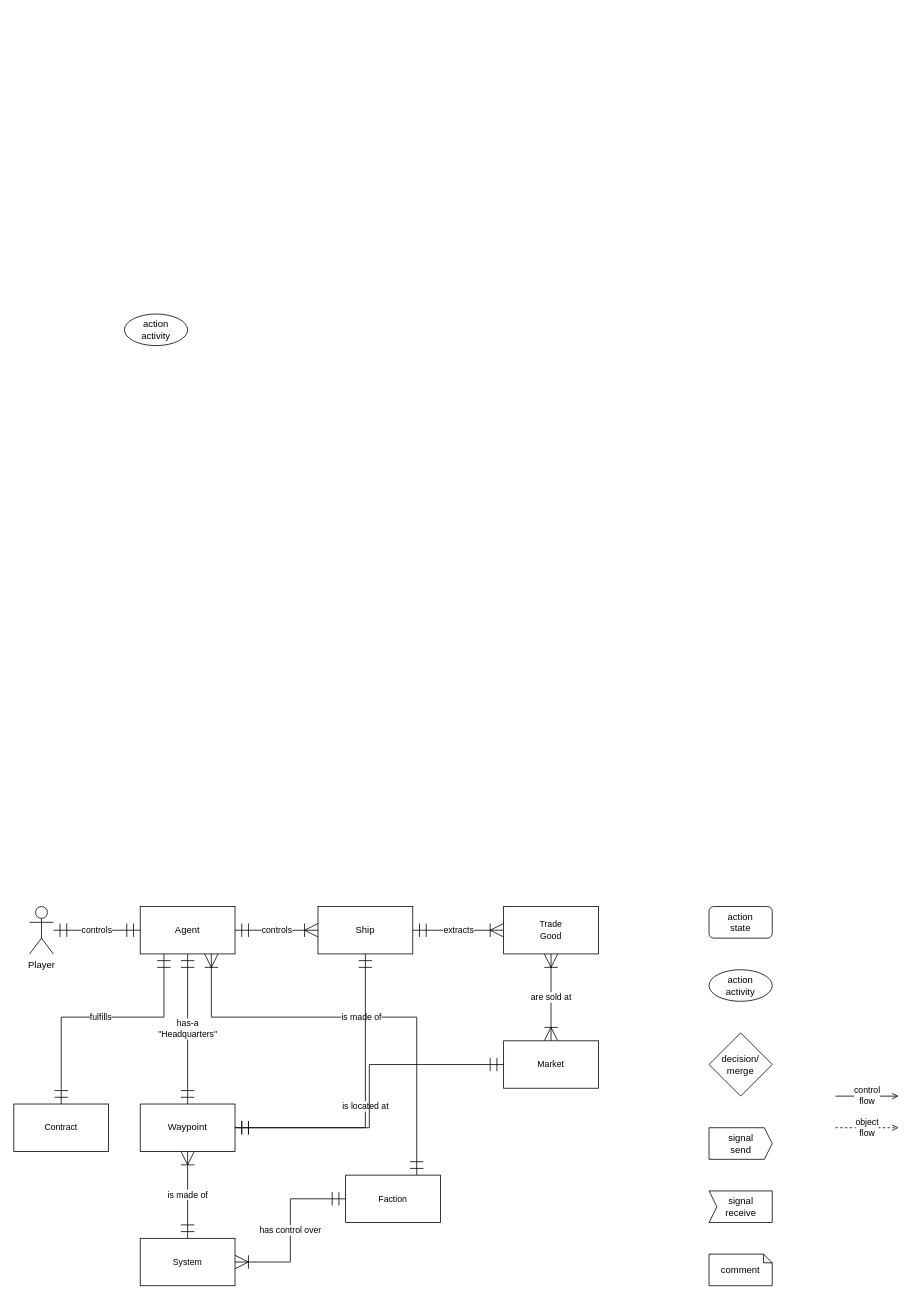
zgrow/misc_bucket keeps this draw.io diagram as spacetraders-action-flow.drawio. Above is the earlier version. Source tidied: cells renumbered, new cells numbered last; positions are measured from the earlier drawing's top-left corner, leaving out a move shared by most shapes. Both pictures are drawn from the tidied source at 79%, with x=0, y=0 at pixel (13, 314).
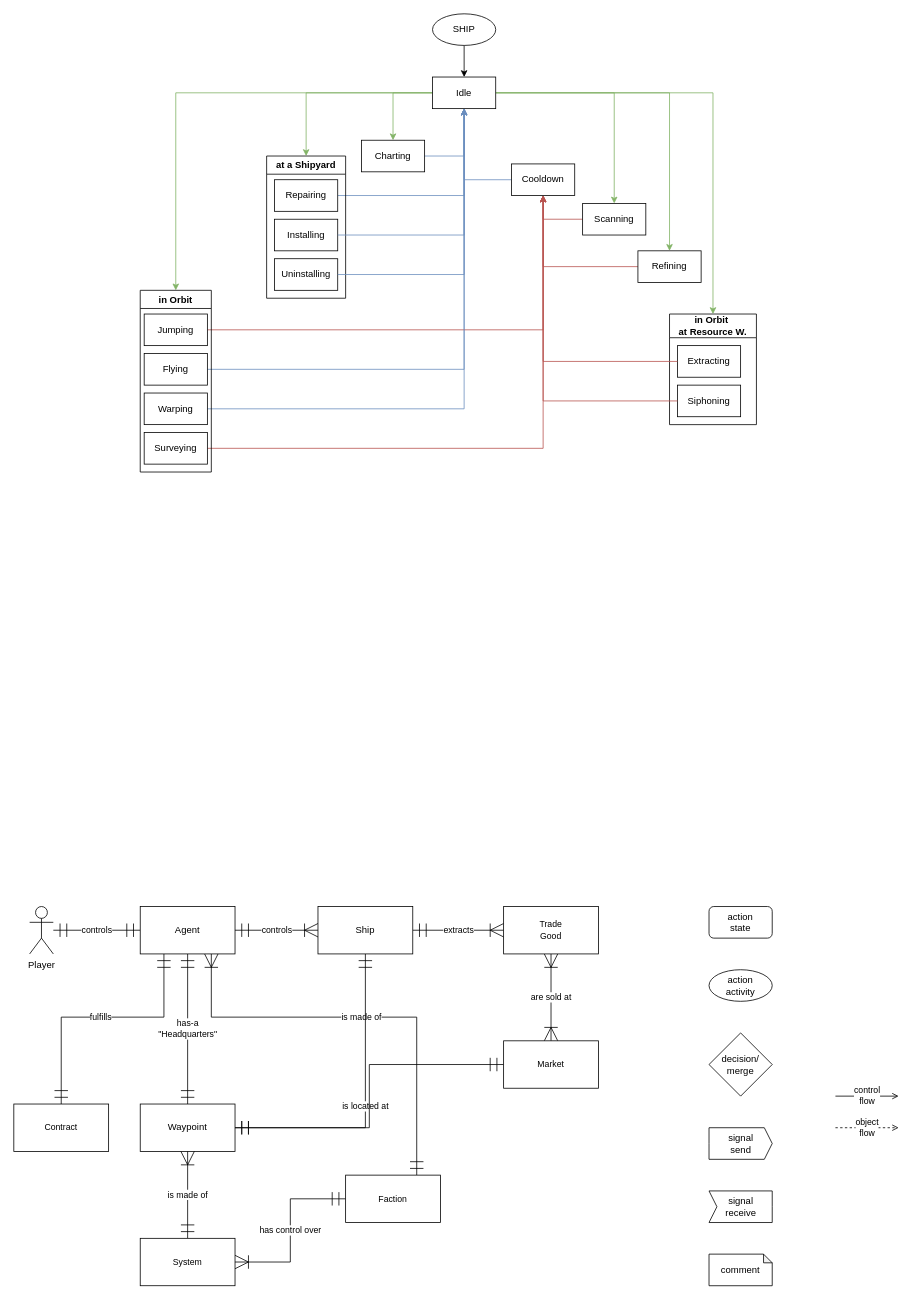
After the change.

Commit message:
added Ship action flow

What changed in the source:
```diff
@@
-    <mxCell id="30" value="&lt;div&gt;action&lt;/div&gt;&lt;div&gt;activity&lt;br&gt;&lt;/div&gt;" style="ellipse;whiteSpace=wrap;html=1;" parent="1" vertex="1">
-      <mxGeometry x="140" width="80" height="40" as="geometry" />
-    </mxCell>
+    <mxCell id="31" style="edgeStyle=orthogonalEdgeStyle;rounded=0;jettySize=auto;html=1;entryX=0.5;entryY=0;entryDx=0;entryDy=0;" parent="1" edge="1" source="32" target="39">
+      <mxGeometry relative="1" as="geometry" />
+    </mxCell>
+    <mxCell id="32" value="SHIP" style="ellipse;whiteSpace=wrap;html=1;" parent="1" vertex="1">
+      <mxGeometry x="530" y="-380" width="80" height="40" as="geometry" />
+    </mxCell>
+    <mxCell id="33" style="edgeStyle=orthogonalEdgeStyle;rounded=0;jettySize=auto;html=1;fillColor=#d5e8d4;strokeColor=#82b366;" parent="1" edge="1" source="39" target="49">
+      <mxGeometry relative="1" as="geometry" />
+    </mxCell>
+    <mxCell id="34" style="edgeStyle=orthogonalEdgeStyle;rounded=0;jettySize=auto;html=1;fillColor=#d5e8d4;strokeColor=#82b366;" parent="1" edge="1" source="39" target="55">
+      <mxGeometry relative="1" as="geometry" />
+    </mxCell>
+    <mxCell id="35" style="edgeStyle=orthogonalEdgeStyle;rounded=0;jettySize=auto;html=1;fillColor=#d5e8d4;strokeColor=#82b366;" parent="1" edge="1" source="39" target="60">
+      <mxGeometry relative="1" as="geometry" />
+    </mxCell>
+    <mxCell id="36" style="edgeStyle=orthogonalEdgeStyle;rounded=0;jettySize=auto;html=1;fillColor=#d5e8d4;strokeColor=#82b366;" parent="1" edge="1" source="39" target="41">
+      <mxGeometry relative="1" as="geometry" />
+    </mxCell>
+    <mxCell id="37" style="edgeStyle=orthogonalEdgeStyle;rounded=0;jettySize=auto;html=1;fillColor=#d5e8d4;strokeColor=#82b366;" parent="1" edge="1" source="39" target="64">
+      <mxGeometry relative="1" as="geometry" />
+    </mxCell>
+    <mxCell id="38" style="edgeStyle=orthogonalEdgeStyle;rounded=0;jettySize=auto;html=1;fillColor=#d5e8d4;strokeColor=#82b366;" parent="1" edge="1" source="39" target="67">
+      <mxGeometry relative="1" as="geometry" />
+    </mxCell>
+    <mxCell id="39" value="Idle" style="rounded=0;whiteSpace=wrap;html=1;" parent="1" vertex="1">
+      <mxGeometry x="530" y="-300" width="80" height="40" as="geometry" />
+    </mxCell>
+    <mxCell id="40" style="edgeStyle=orthogonalEdgeStyle;rounded=0;jettySize=auto;html=1;fillColor=#dae8fc;strokeColor=#6c8ebf;" parent="1" edge="1" source="41" target="39">
+      <mxGeometry relative="1" as="geometry" />
+    </mxCell>
+    <mxCell id="41" value="Charting" style="rounded=0;whiteSpace=wrap;html=1;" parent="1" vertex="1">
+      <mxGeometry x="440" y="-220" width="80" height="40" as="geometry" />
+    </mxCell>
+    <mxCell id="42" style="edgeStyle=orthogonalEdgeStyle;rounded=0;jettySize=auto;html=1;fillColor=#dae8fc;strokeColor=#6c8ebf;" parent="1" edge="1" source="43" target="39">
+      <mxGeometry relative="1" as="geometry" />
+    </mxCell>
+    <mxCell id="43" value="&lt;div&gt;Cooldown&lt;br&gt;&lt;/div&gt;" style="rounded=0;whiteSpace=wrap;html=1;" parent="1" vertex="1">
+      <mxGeometry x="630" y="-190" width="80" height="40" as="geometry" />
+    </mxCell>
+    <mxCell id="44" style="edgeStyle=orthogonalEdgeStyle;rounded=0;jettySize=auto;html=1;fillColor=#dae8fc;strokeColor=#6c8ebf;" parent="1" edge="1" source="57" target="39">
+      <mxGeometry relative="1" as="geometry" />
+    </mxCell>
+    <mxCell id="45" style="edgeStyle=orthogonalEdgeStyle;rounded=0;jettySize=auto;html=1;fillColor=#f8cecc;strokeColor=#b85450;" parent="1" edge="1" source="56" target="43">
+      <mxGeometry relative="1" as="geometry" />
+    </mxCell>
+    <mxCell id="46" style="edgeStyle=orthogonalEdgeStyle;rounded=0;jettySize=auto;html=1;fillColor=#f8cecc;strokeColor=#b85450;" parent="1" edge="1" source="59" target="43">
+      <mxGeometry relative="1" as="geometry" />
+    </mxCell>
+    <mxCell id="47" style="edgeStyle=orthogonalEdgeStyle;rounded=0;jettySize=auto;html=1;fillColor=#dae8fc;strokeColor=#6c8ebf;" parent="1" edge="1" source="50" target="39">
+      <mxGeometry relative="1" as="geometry" />
+    </mxCell>
+    <mxCell id="48" style="edgeStyle=orthogonalEdgeStyle;rounded=0;jettySize=auto;html=1;fillColor=#dae8fc;strokeColor=#6c8ebf;" parent="1" edge="1" source="58" target="39">
+      <mxGeometry relative="1" as="geometry" />
+    </mxCell>
+    <mxCell id="49" value="at a Shipyard" style="swimlane;whiteSpace=wrap;html=1;" parent="1" vertex="1">
+      <mxGeometry x="320" y="-200" width="100" height="180" as="geometry" />
+    </mxCell>
+    <mxCell id="50" value="Repairing" style="rounded=0;whiteSpace=wrap;html=1;" parent="49" vertex="1">
+      <mxGeometry x="10" y="30" width="80" height="40" as="geometry" />
+    </mxCell>
+    <mxCell id="51" value="Installing" style="rounded=0;whiteSpace=wrap;html=1;" parent="49" vertex="1">
+      <mxGeometry x="10" y="80" width="80" height="40" as="geometry" />
+    </mxCell>
+    <mxCell id="52" value="Uninstalling" style="rounded=0;whiteSpace=wrap;html=1;" parent="49" vertex="1">
+      <mxGeometry x="10" y="130" width="80" height="40" as="geometry" />
+    </mxCell>
+    <mxCell id="53" style="edgeStyle=orthogonalEdgeStyle;rounded=0;jettySize=auto;html=1;fillColor=#dae8fc;strokeColor=#6c8ebf;" parent="1" edge="1" source="51" target="39">
+      <mxGeometry relative="1" as="geometry" />
+    </mxCell>
+    <mxCell id="54" style="edgeStyle=orthogonalEdgeStyle;rounded=0;jettySize=auto;html=1;fillColor=#dae8fc;strokeColor=#6c8ebf;" parent="1" edge="1" source="52" target="39">
+      <mxGeometry relative="1" as="geometry" />
+    </mxCell>
+    <mxCell id="55" value="in Orbit" style="swimlane;whiteSpace=wrap;html=1;" parent="1" vertex="1">
+      <mxGeometry x="160" y="-30" width="90" height="230" as="geometry" />
+    </mxCell>
+    <mxCell id="56" value="Jumping" style="rounded=0;whiteSpace=wrap;html=1;" parent="55" vertex="1">
+      <mxGeometry x="5" y="30" width="80" height="40" as="geometry" />
+    </mxCell>
+    <mxCell id="57" value="Flying" style="rounded=0;whiteSpace=wrap;html=1;" parent="55" vertex="1">
+      <mxGeometry x="5" y="80" width="80" height="40" as="geometry" />
+    </mxCell>
+    <mxCell id="58" value="Warping" style="rounded=0;whiteSpace=wrap;html=1;" parent="55" vertex="1">
+      <mxGeometry x="5" y="130" width="80" height="40" as="geometry" />
+    </mxCell>
+    <mxCell id="59" value="Surveying" style="rounded=0;whiteSpace=wrap;html=1;" parent="55" vertex="1">
+      <mxGeometry x="5" y="180" width="80" height="40" as="geometry" />
+    </mxCell>
+    <mxCell id="60" value="&lt;div&gt;in Orbit&amp;nbsp;&lt;/div&gt;&lt;div&gt;at Resource W.&lt;/div&gt;" style="swimlane;whiteSpace=wrap;html=1;startSize=30;" parent="1" vertex="1">
+      <mxGeometry x="830" width="110" height="140" as="geometry" />
+    </mxCell>
+    <mxCell id="61" value="Extracting" style="rounded=0;whiteSpace=wrap;html=1;" parent="60" vertex="1">
+      <mxGeometry x="10" y="40" width="80" height="40" as="geometry" />
+    </mxCell>
+    <mxCell id="62" value="Siphoning" style="rounded=0;whiteSpace=wrap;html=1;" parent="60" vertex="1">
+      <mxGeometry x="10" y="90" width="80" height="40" as="geometry" />
+    </mxCell>
+    <mxCell id="63" style="edgeStyle=orthogonalEdgeStyle;rounded=0;jettySize=auto;html=1;fillColor=#f8cecc;strokeColor=#b85450;" parent="1" edge="1" source="64" target="43">
+      <mxGeometry relative="1" as="geometry" />
+    </mxCell>
+    <mxCell id="64" value="Scanning" style="rounded=0;whiteSpace=wrap;html=1;" parent="1" vertex="1">
+      <mxGeometry x="720" y="-140" width="80" height="40" as="geometry" />
+    </mxCell>
+    <mxCell id="65" style="edgeStyle=orthogonalEdgeStyle;rounded=0;jettySize=auto;html=1;fillColor=#f8cecc;strokeColor=#b85450;" parent="1" edge="1" source="61" target="43">
+      <mxGeometry relative="1" as="geometry" />
+    </mxCell>
+    <mxCell id="66" style="edgeStyle=orthogonalEdgeStyle;rounded=0;jettySize=auto;html=1;fillColor=#f8cecc;strokeColor=#b85450;" parent="1" edge="1" source="67" target="43">
+      <mxGeometry relative="1" as="geometry" />
+    </mxCell>
+    <mxCell id="67" value="Refining" style="rounded=0;whiteSpace=wrap;html=1;" parent="1" vertex="1">
+      <mxGeometry x="790" y="-80" width="80" height="40" as="geometry" />
+    </mxCell>
+    <mxCell id="68" style="edgeStyle=orthogonalEdgeStyle;rounded=0;jettySize=auto;html=1;fillColor=#f8cecc;strokeColor=#b85450;" parent="1" edge="1" source="62" target="43">
+      <mxGeometry relative="1" as="geometry" />
+    </mxCell>
```
